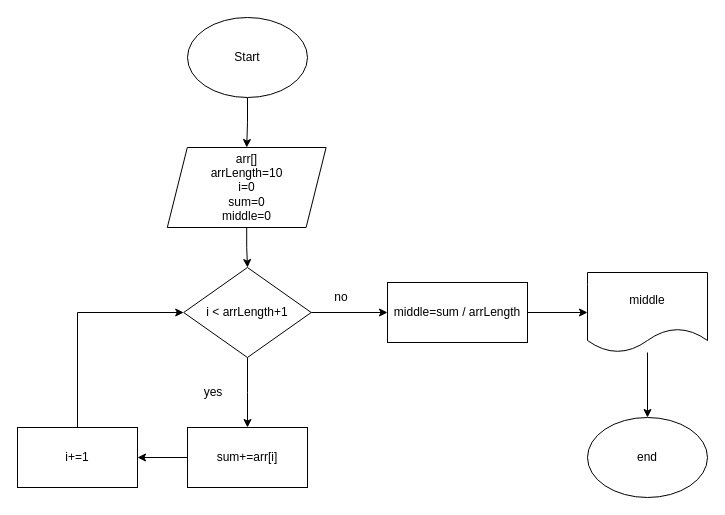
Above: page "middlesumm" (3 of 3) of sum between max and min.drawio in Dioneer/Flowcharts (draw.io), before the change. Source tidied: cells renumbered, new cells numbered last; positions are measured from the earlier drawing's top-left corner, leaving out a move shared by most shapes. Both pictures are drawn from the tidied source at 100%, with x=0, y=0 at pixel (17, 17).
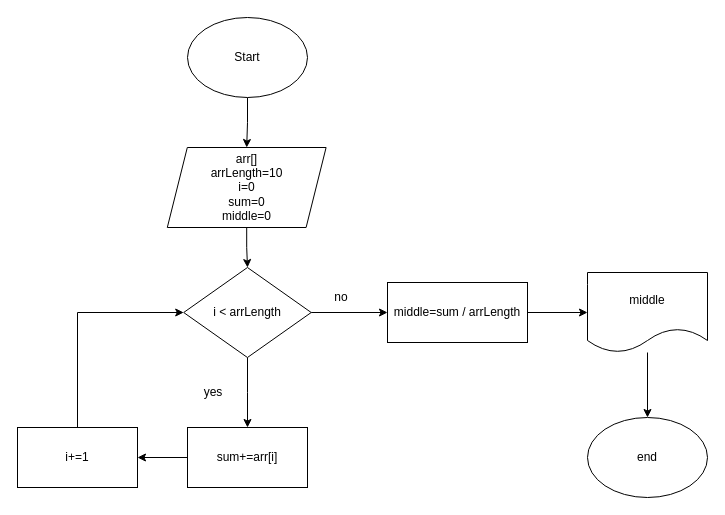
The same page after the edit.

The edit, as a diff of the source:
```diff
@@
-    <mxCell id="11" value="i &amp;lt; arrLength+1" style="rhombus;whiteSpace=wrap;html=1;" parent="1" vertex="1">
+    <mxCell id="11" value="i &amp;lt; arrLength" style="rhombus;whiteSpace=wrap;html=1;" parent="1" vertex="1">
       <mxGeometry x="166.2" y="250" width="127.5" height="90" as="geometry" />
     </mxCell>
```
